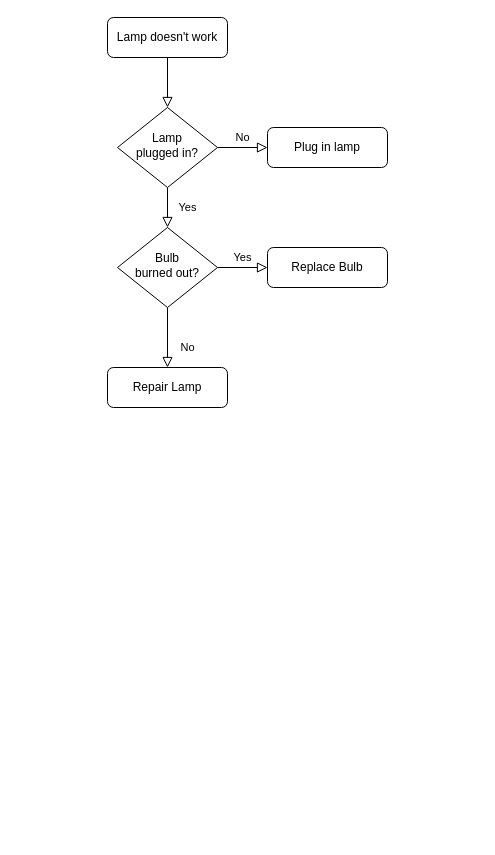
The draw.io diagram Diagramme sans nom.drawio in BorchaniMohamed/BI_PROJECT_PFE, before the edit. Source tidied: cells renumbered, new cells numbered last; positions are measured from the earlier drawing's top-left corner, leaving out a move shared by most shapes. Both pictures are drawn from the tidied source at 100%, with x=0, y=0 at pixel (107, 17).
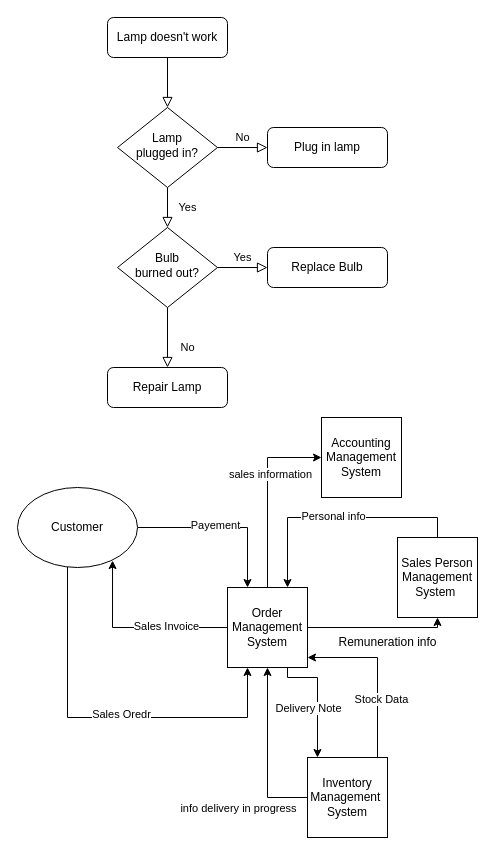
After the change.

Change to the diagram source:
```diff
@@
+    <mxCell id="13" style="edgeStyle=orthogonalEdgeStyle;rounded=0;jettySize=auto;html=1;" parent="1" edge="1" source="17" target="25">
+      <mxGeometry relative="1" as="geometry">
+        <Array as="points">
+          <mxPoint x="140" y="510" />
+        </Array>
+      </mxGeometry>
+    </mxCell>
+    <mxCell id="14" value="Payement" style="edgeLabel;html=1;align=center;verticalAlign=middle;" parent="13" vertex="1">
+      <mxGeometry x="-0.09" y="3" relative="1" as="geometry" />
+    </mxCell>
+    <mxCell id="15" style="edgeStyle=orthogonalEdgeStyle;rounded=0;jettySize=auto;html=1;entryX=0.25;entryY=1;entryDx=0;entryDy=0;" parent="1" edge="1" source="17" target="25">
+      <mxGeometry relative="1" as="geometry">
+        <Array as="points">
+          <mxPoint x="-40" y="700" />
+          <mxPoint x="140" y="700" />
+        </Array>
+      </mxGeometry>
+    </mxCell>
+    <mxCell id="16" value="Sales Oredr" style="edgeLabel;html=1;align=center;verticalAlign=middle;" parent="15" vertex="1">
+      <mxGeometry x="0.07" y="4" relative="1" as="geometry" />
+    </mxCell>
+    <mxCell id="17" value="Customer" style="ellipse;whiteSpace=wrap;html=1;" parent="1" vertex="1">
+      <mxGeometry x="-90" y="470" width="120" height="80" as="geometry" />
+    </mxCell>
+    <mxCell id="18" style="edgeStyle=orthogonalEdgeStyle;rounded=0;jettySize=auto;html=1;entryX=0.792;entryY=0.913;entryDx=0;entryDy=0;entryPerimeter=0;" parent="1" edge="1" source="25" target="17">
+      <mxGeometry relative="1" as="geometry" />
+    </mxCell>
+    <mxCell id="19" value="Sales Invoice" style="edgeLabel;html=1;align=center;verticalAlign=middle;" parent="18" vertex="1">
+      <mxGeometry x="-0.32" y="-2" relative="1" as="geometry" />
+    </mxCell>
+    <mxCell id="20" style="edgeStyle=orthogonalEdgeStyle;rounded=0;orthogonalLoop=1;jettySize=auto;html=1;" parent="1" edge="1">
+      <mxGeometry relative="1" as="geometry">
+        <mxPoint x="180" y="650" as="sourcePoint" />
+        <mxPoint x="210" y="740" as="targetPoint" />
+        <Array as="points">
+          <mxPoint x="180" y="660" />
+          <mxPoint x="210" y="660" />
+        </Array>
+      </mxGeometry>
+    </mxCell>
+    <mxCell id="21" value="Delivery Note" style="edgeLabel;html=1;align=center;verticalAlign=middle;" parent="20" vertex="1">
+      <mxGeometry x="0.06" y="5" relative="1" as="geometry">
+        <mxPoint x="-15" y="6" as="offset" />
+      </mxGeometry>
+    </mxCell>
+    <mxCell id="22" style="edgeStyle=orthogonalEdgeStyle;rounded=0;jettySize=auto;html=1;" parent="1" edge="1" source="25" target="31">
+      <mxGeometry relative="1" as="geometry">
+        <Array as="points">
+          <mxPoint x="160" y="440" />
+        </Array>
+      </mxGeometry>
+    </mxCell>
+    <mxCell id="23" value="sales information" style="edgeLabel;html=1;align=center;verticalAlign=middle;" parent="22" vertex="1">
+      <mxGeometry x="0.24" y="-2" relative="1" as="geometry" />
+    </mxCell>
+    <mxCell id="24" style="edgeStyle=orthogonalEdgeStyle;rounded=0;jettySize=auto;html=1;" parent="1" edge="1" source="25" target="34">
+      <mxGeometry relative="1" as="geometry">
+        <Array as="points">
+          <mxPoint x="330" y="610" />
+        </Array>
+      </mxGeometry>
+    </mxCell>
+    <mxCell id="25" value="Order Management System" style="whiteSpace=wrap;html=1;" parent="1" vertex="1">
+      <mxGeometry x="120" y="570" width="80" height="80" as="geometry" />
+    </mxCell>
+    <mxCell id="26" style="edgeStyle=orthogonalEdgeStyle;rounded=0;jettySize=auto;html=1;" parent="1" edge="1" source="30" target="25">
+      <mxGeometry relative="1" as="geometry">
+        <Array as="points">
+          <mxPoint x="160" y="780" />
+        </Array>
+      </mxGeometry>
+    </mxCell>
+    <mxCell id="27" value="info delivery in progress" style="edgeLabel;html=1;align=center;verticalAlign=middle;" parent="26" vertex="1">
+      <mxGeometry x="-0.06" y="3" relative="1" as="geometry">
+        <mxPoint x="-27" y="50" as="offset" />
+      </mxGeometry>
+    </mxCell>
+    <mxCell id="28" style="edgeStyle=orthogonalEdgeStyle;rounded=0;jettySize=auto;html=1;" parent="1" edge="1" source="30">
+      <mxGeometry relative="1" as="geometry">
+        <mxPoint x="200" y="640" as="targetPoint" />
+        <Array as="points">
+          <mxPoint x="270" y="640" />
+        </Array>
+      </mxGeometry>
+    </mxCell>
+    <mxCell id="29" value="Stock Data" style="edgeLabel;html=1;align=center;verticalAlign=middle;" parent="28" vertex="1">
+      <mxGeometry x="-0.47" y="-3" relative="1" as="geometry">
+        <mxPoint y="-14" as="offset" />
+      </mxGeometry>
+    </mxCell>
+    <mxCell id="30" value="Inventory Management&amp;nbsp;&lt;br&gt;System" style="whiteSpace=wrap;html=1;" parent="1" vertex="1">
+      <mxGeometry x="200" y="740" width="80" height="80" as="geometry" />
+    </mxCell>
+    <mxCell id="31" value="Accounting Management System" style="whiteSpace=wrap;html=1;" parent="1" vertex="1">
+      <mxGeometry x="214" y="400" width="80" height="80" as="geometry" />
+    </mxCell>
+    <mxCell id="32" style="edgeStyle=orthogonalEdgeStyle;rounded=0;jettySize=auto;html=1;" parent="1" edge="1" source="34" target="25">
+      <mxGeometry relative="1" as="geometry">
+        <Array as="points">
+          <mxPoint x="330" y="500" />
+          <mxPoint x="180" y="500" />
+        </Array>
+      </mxGeometry>
+    </mxCell>
+    <mxCell id="33" value="Personal info" style="edgeLabel;html=1;align=center;verticalAlign=middle;" parent="32" vertex="1">
+      <mxGeometry x="0.04" y="-2" relative="1" as="geometry" />
+    </mxCell>
+    <mxCell id="34" value="Sales Person Management System&amp;nbsp;" style="whiteSpace=wrap;html=1;" parent="1" vertex="1">
+      <mxGeometry x="290" y="520" width="80" height="80" as="geometry" />
+    </mxCell>
+    <mxCell id="35" value="Remuneration info" style="text;html=1;align=center;verticalAlign=middle;strokeColor=none;fillColor=none;" parent="1" vertex="1">
+      <mxGeometry x="220" y="610" width="120" height="30" as="geometry" />
+    </mxCell>
```
